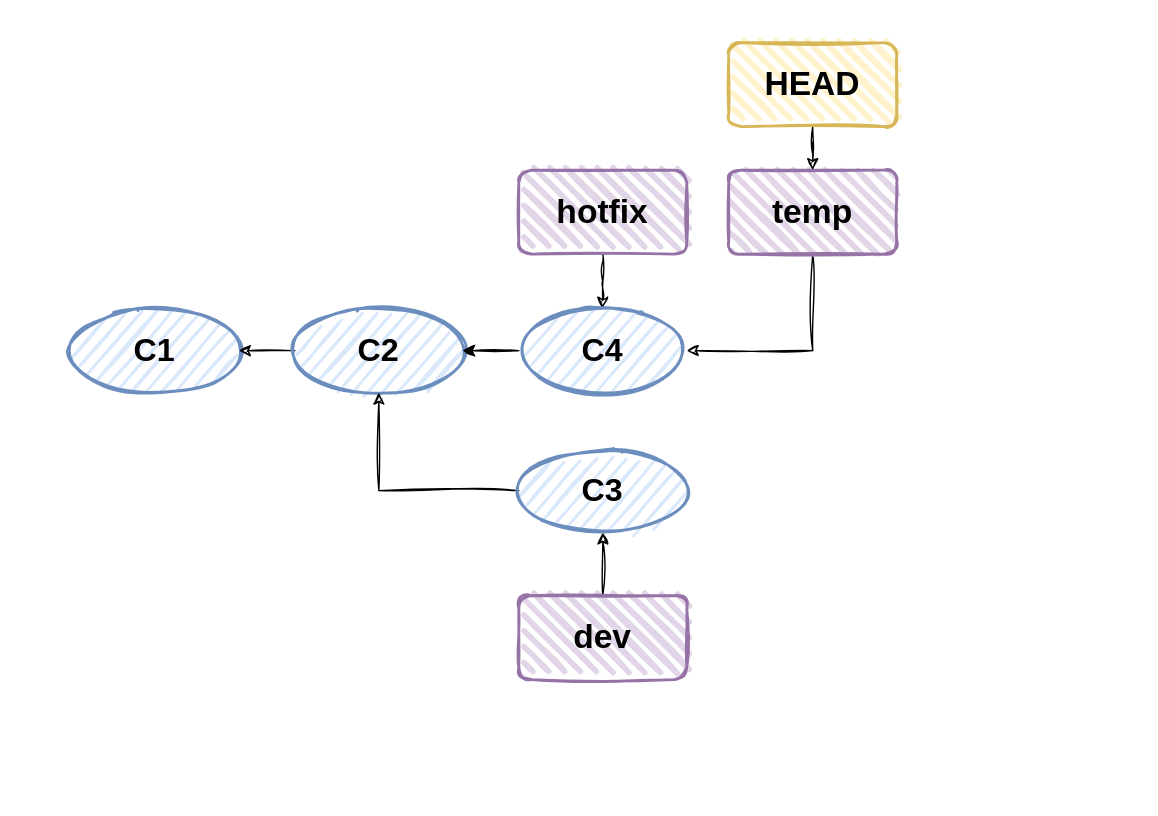
Before: presentation/figures/merging3.drawio.svg, a diagram exported from draw.io (njohner/git_hands_on). Source tidied: cells renumbered, new cells last; positions are measured from the earlier drawing's top-left corner, leaving out a move shared by most shapes. The source it was exported from:
```xml
<mxGraphModel>
  <root>
    <mxCell id="0" />
    <mxCell id="1" parent="0" />
    <mxCell id="2" value="&lt;font style=&quot;font-size: 23px;&quot;&gt;&lt;b&gt;C1&lt;/b&gt;&lt;/font&gt;" style="ellipse;whiteSpace=wrap;html=1;strokeWidth=2;fillWeight=2;hachureGap=8;fillColor=#dae8fc;fillStyle=dots;sketch=1;strokeColor=#6c8ebf;" parent="1" vertex="1">
      <mxGeometry y="190" width="120" height="60" as="geometry" />
    </mxCell>
    <mxCell id="3" style="edgeStyle=orthogonalEdgeStyle;rounded=0;jettySize=auto;html=1;sketch=1;curveFitting=1;jiggle=2;" parent="1" edge="1" source="4" target="2">
      <mxGeometry relative="1" as="geometry" />
    </mxCell>
    <mxCell id="4" value="&lt;font style=&quot;font-size: 23px;&quot;&gt;&lt;b&gt;C2&lt;/b&gt;&lt;/font&gt;" style="ellipse;whiteSpace=wrap;html=1;strokeWidth=2;fillWeight=2;hachureGap=8;fillColor=#dae8fc;fillStyle=dots;sketch=1;strokeColor=#6c8ebf;" parent="1" vertex="1">
      <mxGeometry x="160" y="190" width="120" height="60" as="geometry" />
    </mxCell>
    <mxCell id="5" style="edgeStyle=orthogonalEdgeStyle;rounded=0;jettySize=auto;html=1;sketch=1;curveFitting=1;jiggle=2;entryX=1;entryY=0.5;entryDx=0;entryDy=0;exitX=0.5;exitY=1;exitDx=0;exitDy=0;" parent="1" edge="1" source="6" target="17">
      <mxGeometry relative="1" as="geometry" />
    </mxCell>
    <mxCell id="6" value="&lt;b&gt;&lt;font style=&quot;font-size: 24px;&quot;&gt;temp&lt;/font&gt;&lt;/b&gt;" style="rounded=1;whiteSpace=wrap;html=1;strokeWidth=2;fillWeight=4;hachureGap=8;hachureAngle=45;fillColor=#e1d5e7;sketch=1;strokeColor=#9673a6;" parent="1" vertex="1">
      <mxGeometry x="470" y="91" width="120" height="60" as="geometry" />
    </mxCell>
    <mxCell id="7" style="edgeStyle=orthogonalEdgeStyle;rounded=0;jettySize=auto;html=1;sketch=1;curveFitting=1;jiggle=2;" parent="1" edge="1" source="8" target="6">
      <mxGeometry relative="1" as="geometry" />
    </mxCell>
    <mxCell id="8" value="&lt;b&gt;&lt;font style=&quot;font-size: 24px;&quot;&gt;HEAD&lt;/font&gt;&lt;/b&gt;" style="rounded=1;whiteSpace=wrap;html=1;strokeWidth=2;fillWeight=4;hachureGap=8;hachureAngle=45;fillColor=#fff2cc;sketch=1;strokeColor=#d6b656;" parent="1" vertex="1">
      <mxGeometry x="470" width="120" height="60" as="geometry" />
    </mxCell>
    <mxCell id="9" style="edgeStyle=orthogonalEdgeStyle;rounded=0;jettySize=auto;html=1;sketch=1;curveFitting=1;jiggle=2;entryX=0.5;entryY=1;entryDx=0;entryDy=0;" parent="1" edge="1" source="10" target="12">
      <mxGeometry relative="1" as="geometry" />
    </mxCell>
    <mxCell id="10" value="&lt;b&gt;&lt;font style=&quot;font-size: 24px;&quot;&gt;dev&lt;/font&gt;&lt;/b&gt;" style="rounded=1;whiteSpace=wrap;html=1;strokeWidth=2;fillWeight=4;hachureGap=8;hachureAngle=45;fillColor=#e1d5e7;sketch=1;strokeColor=#9673a6;" parent="1" vertex="1">
      <mxGeometry x="320" y="395" width="120" height="60" as="geometry" />
    </mxCell>
    <mxCell id="11" style="edgeStyle=orthogonalEdgeStyle;rounded=0;jettySize=auto;html=1;sketch=1;curveFitting=1;jiggle=2;" parent="1" edge="1" source="12" target="4">
      <mxGeometry relative="1" as="geometry" />
    </mxCell>
    <mxCell id="12" value="&lt;font style=&quot;font-size: 23px;&quot;&gt;&lt;b&gt;C3&lt;/b&gt;&lt;/font&gt;" style="ellipse;whiteSpace=wrap;html=1;strokeWidth=2;fillWeight=2;hachureGap=8;fillColor=#dae8fc;fillStyle=dots;sketch=1;strokeColor=#6c8ebf;" parent="1" vertex="1">
      <mxGeometry x="320" y="290" width="120" height="60" as="geometry" />
    </mxCell>
    <mxCell id="13" style="edgeStyle=orthogonalEdgeStyle;rounded=0;jettySize=auto;html=1;sketch=1;curveFitting=1;jiggle=2;" parent="1" edge="1" source="14" target="17">
      <mxGeometry relative="1" as="geometry" />
    </mxCell>
    <mxCell id="14" value="&lt;b&gt;&lt;font style=&quot;font-size: 24px;&quot;&gt;hotfix&lt;/font&gt;&lt;/b&gt;" style="rounded=1;whiteSpace=wrap;html=1;strokeWidth=2;fillWeight=4;hachureGap=8;hachureAngle=45;fillColor=#e1d5e7;sketch=1;strokeColor=#9673a6;" parent="1" vertex="1">
      <mxGeometry x="320" y="91" width="120" height="60" as="geometry" />
    </mxCell>
    <mxCell id="15" style="edgeStyle=orthogonalEdgeStyle;rounded=0;jettySize=auto;html=1;" parent="1" edge="1" source="17" target="4">
      <mxGeometry relative="1" as="geometry" />
    </mxCell>
    <mxCell id="16" style="edgeStyle=orthogonalEdgeStyle;rounded=0;jettySize=auto;html=1;sketch=1;curveFitting=1;jiggle=2;" parent="1" edge="1" source="17" target="4">
      <mxGeometry relative="1" as="geometry" />
    </mxCell>
    <mxCell id="17" value="&lt;font style=&quot;font-size: 23px;&quot;&gt;&lt;b&gt;C4&lt;/b&gt;&lt;/font&gt;" style="ellipse;whiteSpace=wrap;html=1;strokeWidth=2;fillWeight=2;hachureGap=8;fillColor=#dae8fc;fillStyle=dots;sketch=1;strokeColor=#6c8ebf;" parent="1" vertex="1">
      <mxGeometry x="320" y="190" width="120" height="60" as="geometry" />
    </mxCell>
  </root>
</mxGraphModel>
```
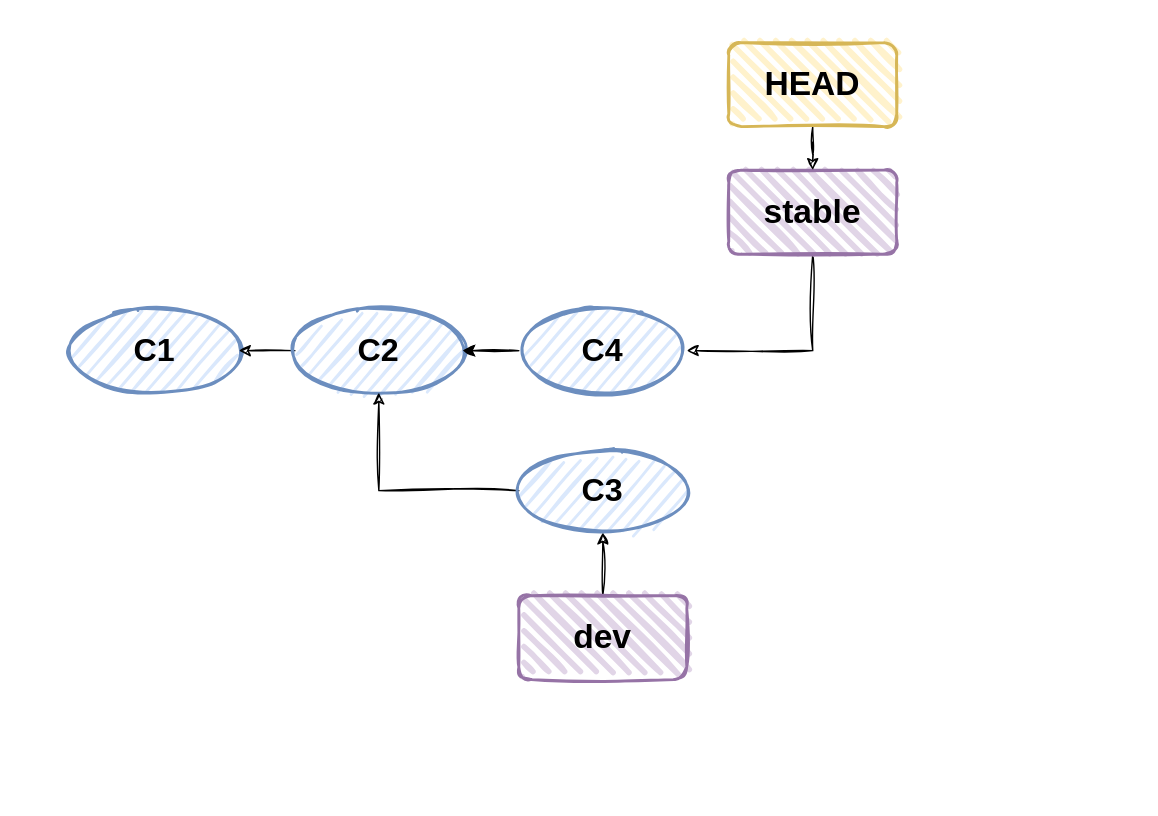
The same file after the commit.

What changed in the source:
```diff
@@ -14,7 +14,7 @@
     <mxCell id="5" style="edgeStyle=orthogonalEdgeStyle;rounded=0;jettySize=auto;html=1;sketch=1;curveFitting=1;jiggle=2;entryX=1;entryY=0.5;entryDx=0;entryDy=0;exitX=0.5;exitY=1;exitDx=0;exitDy=0;" parent="1" edge="1" source="6" target="17">
       <mxGeometry relative="1" as="geometry" />
     </mxCell>
-    <mxCell id="6" value="&lt;b&gt;&lt;font style=&quot;font-size: 24px;&quot;&gt;temp&lt;/font&gt;&lt;/b&gt;" style="rounded=1;whiteSpace=wrap;html=1;strokeWidth=2;fillWeight=4;hachureGap=8;hachureAngle=45;fillColor=#e1d5e7;sketch=1;strokeColor=#9673a6;" parent="1" vertex="1">
+    <mxCell id="6" value="&lt;b&gt;&lt;font style=&quot;font-size: 24px;&quot;&gt;stable&lt;/font&gt;&lt;/b&gt;" style="rounded=1;whiteSpace=wrap;html=1;strokeWidth=2;fillWeight=4;hachureGap=8;hachureAngle=45;fillColor=#e1d5e7;sketch=1;strokeColor=#9673a6;" parent="1" vertex="1">
       <mxGeometry x="470" y="91" width="120" height="60" as="geometry" />
     </mxCell>
     <mxCell id="7" style="edgeStyle=orthogonalEdgeStyle;rounded=0;jettySize=auto;html=1;sketch=1;curveFitting=1;jiggle=2;" parent="1" edge="1" source="8" target="6">
@@ -35,12 +35,6 @@
     <mxCell id="12" value="&lt;font style=&quot;font-size: 23px;&quot;&gt;&lt;b&gt;C3&lt;/b&gt;&lt;/font&gt;" style="ellipse;whiteSpace=wrap;html=1;strokeWidth=2;fillWeight=2;hachureGap=8;fillColor=#dae8fc;fillStyle=dots;sketch=1;strokeColor=#6c8ebf;" parent="1" vertex="1">
       <mxGeometry x="320" y="290" width="120" height="60" as="geometry" />
     </mxCell>
-    <mxCell id="13" style="edgeStyle=orthogonalEdgeStyle;rounded=0;jettySize=auto;html=1;sketch=1;curveFitting=1;jiggle=2;" parent="1" edge="1" source="14" target="17">
-      <mxGeometry relative="1" as="geometry" />
-    </mxCell>
-    <mxCell id="14" value="&lt;b&gt;&lt;font style=&quot;font-size: 24px;&quot;&gt;hotfix&lt;/font&gt;&lt;/b&gt;" style="rounded=1;whiteSpace=wrap;html=1;strokeWidth=2;fillWeight=4;hachureGap=8;hachureAngle=45;fillColor=#e1d5e7;sketch=1;strokeColor=#9673a6;" parent="1" vertex="1">
-      <mxGeometry x="320" y="91" width="120" height="60" as="geometry" />
-    </mxCell>
     <mxCell id="15" style="edgeStyle=orthogonalEdgeStyle;rounded=0;jettySize=auto;html=1;" parent="1" edge="1" source="17" target="4">
       <mxGeometry relative="1" as="geometry" />
     </mxCell>
```
